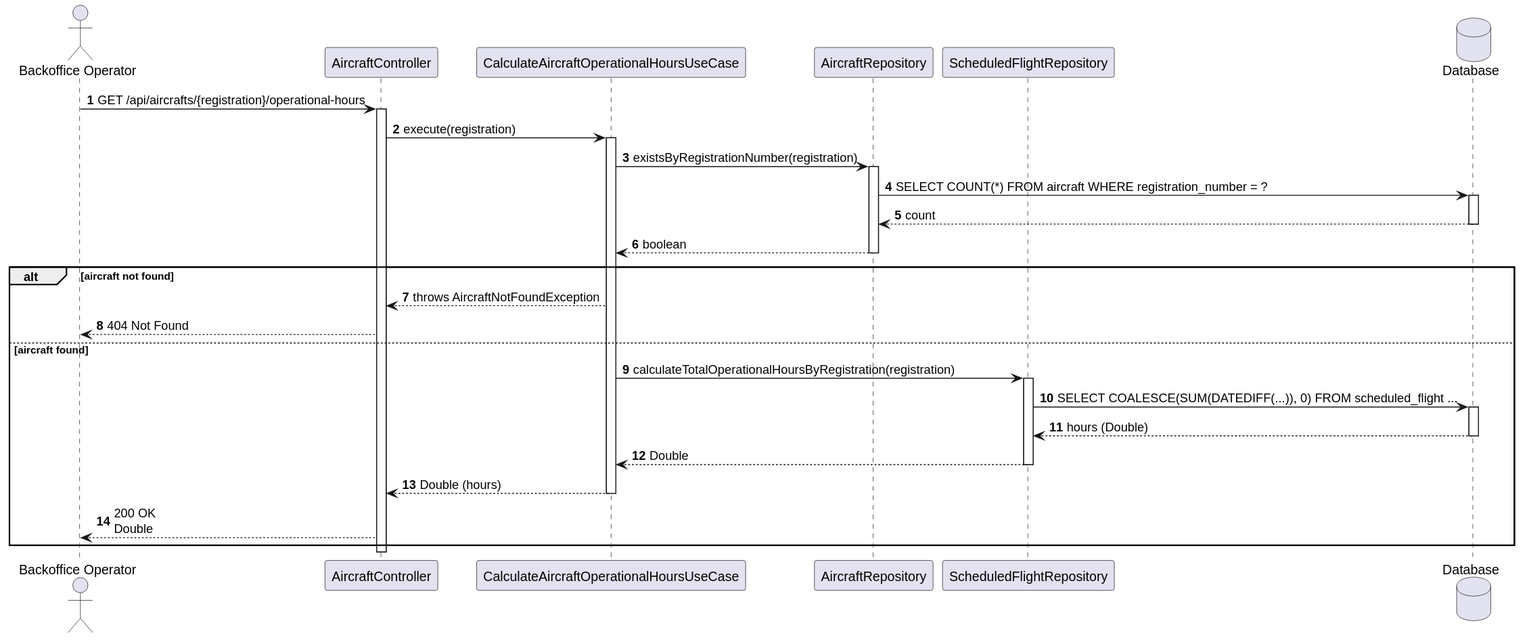
Before: docs/system-documentation/use-cases/WP1B/US206/svg/sd_us206.svg, a diagram exported from PlantUML (VascoMagolo/psoft_1231562_1241692_1242036_2db). Its diagram source:
```plantuml
@startuml
autonumber
actor "Backoffice Operator" as BO
participant "AircraftController" as Ctrl
participant "CalculateAircraftOperationalHoursUseCase" as UC
participant "AircraftRepository" as Repo
participant "ScheduledFlightRepository" as FlightRepo
database "Database" as DB

BO -> Ctrl : GET /api/aircrafts/{registration}/operational-hours
activate Ctrl

Ctrl -> UC : execute(registration)
activate UC

UC -> Repo : existsByRegistrationNumber(registration)
activate Repo
Repo -> DB : SELECT COUNT(*) FROM aircraft WHERE registration_number = ?
activate DB
DB --> Repo : count
deactivate DB
Repo --> UC : boolean
deactivate Repo

alt aircraft not found
    UC --> Ctrl : throws AircraftNotFoundException
    Ctrl --> BO : 404 Not Found
else aircraft found
    UC -> FlightRepo : calculateTotalOperationalHoursByRegistration(registration)
    activate FlightRepo
    FlightRepo -> DB : SELECT COALESCE(SUM(DATEDIFF(...)), 0) FROM scheduled_flight ...
    activate DB
    DB --> FlightRepo : hours (Double)
    deactivate DB
    FlightRepo --> UC : Double
    deactivate FlightRepo

    UC --> Ctrl : Double (hours)
    deactivate UC
    Ctrl --> BO : 200 OK\nDouble
end

deactivate Ctrl
@enduml
```
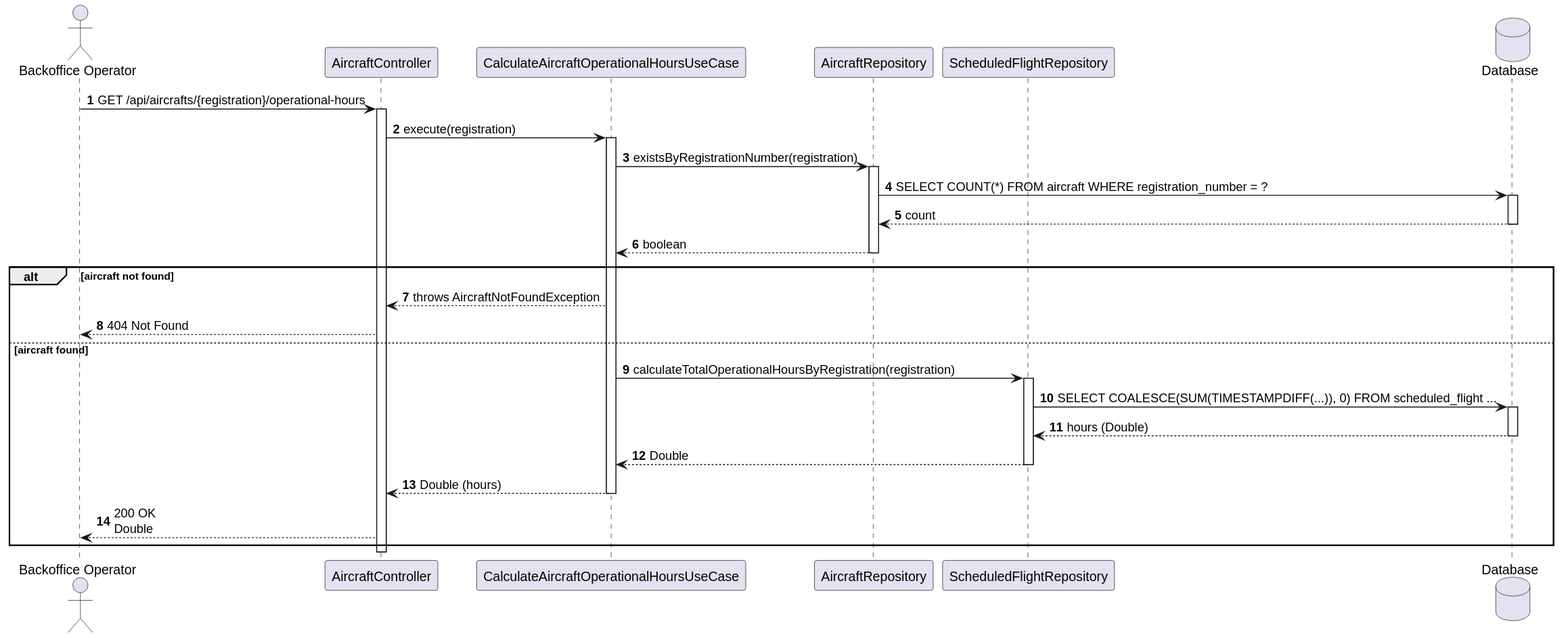
After the change.

What changed in the source:
```diff
@@ -28,7 +28,7 @@
 else aircraft found
     UC -> FlightRepo : calculateTotalOperationalHoursByRegistration(registration)
     activate FlightRepo
-    FlightRepo -> DB : SELECT COALESCE(SUM(DATEDIFF(...)), 0) FROM scheduled_flight ...
+    FlightRepo -> DB : SELECT COALESCE(SUM(TIMESTAMPDIFF(...)), 0) FROM scheduled_flight ...
     activate DB
     DB --> FlightRepo : hours (Double)
     deactivate DB
```
